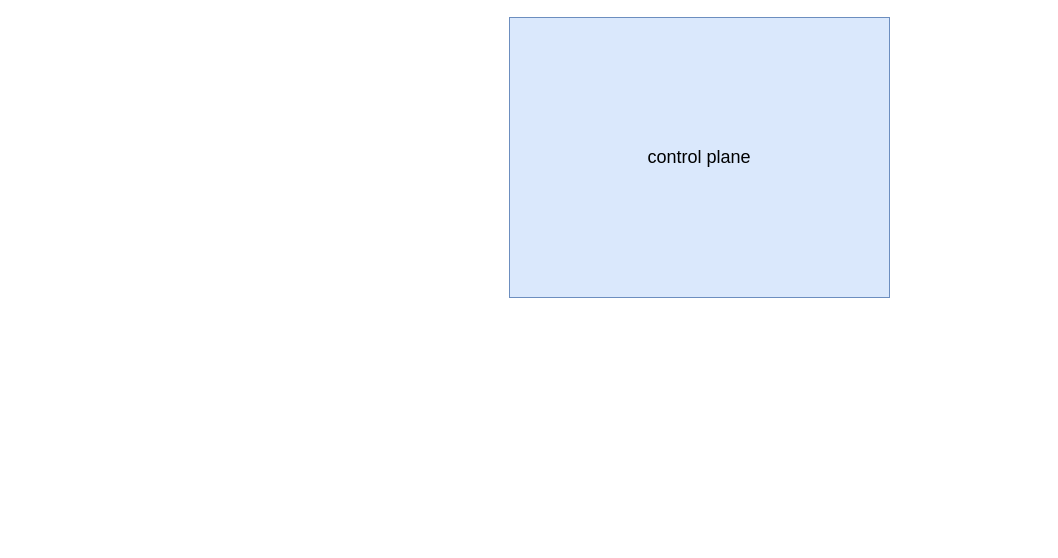
Earlier version of the draw.io diagram k8s cluster setup.drawio (firelinks-alex/firelinks-alex.github.io). Source tidied: cells renumbered, new cells numbered last; positions are measured from the earlier drawing's top-left corner, leaving out a move shared by most shapes. Both pictures are drawn from the tidied source at 100%, with x=0, y=0 at pixel (509, 17).
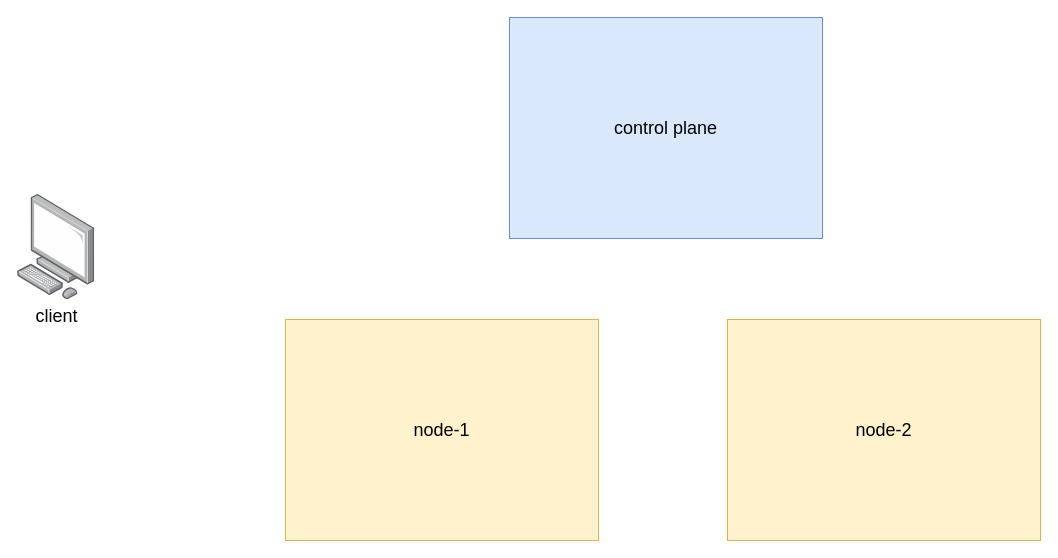
The same diagram, later.

What changed in the source:
```diff
@@
 <mxGraphModel>
   <root>
     <mxCell id="0" />
     <mxCell id="1" parent="0" />
     <mxCell id="2" value="&lt;font style=&quot;font-size: 18px;&quot;&gt;control plane&lt;/font&gt;" style="rounded=0;whiteSpace=wrap;html=1;fillColor=#dae8fc;strokeColor=#6c8ebf;" parent="1" vertex="1">
-      <mxGeometry width="380" height="280" as="geometry" />
+      <mxGeometry width="313" height="221" as="geometry" />
     </mxCell>
+    <mxCell id="3" value="&lt;span style=&quot;font-size: 18px;&quot;&gt;node-1&lt;/span&gt;" style="rounded=0;whiteSpace=wrap;html=1;fillColor=#fff2cc;strokeColor=#d6b656;" parent="1" vertex="1">
+      <mxGeometry x="-224" y="302" width="313" height="221" as="geometry" />
+    </mxCell>
+    <mxCell id="4" value="&lt;span style=&quot;font-size: 18px;&quot;&gt;node-2&lt;/span&gt;" style="rounded=0;whiteSpace=wrap;html=1;fillColor=#fff2cc;strokeColor=#d6b656;" parent="1" vertex="1">
+      <mxGeometry x="218" y="302" width="313" height="221" as="geometry" />
+    </mxCell>
+    <mxCell id="5" value="&lt;font style=&quot;font-size: 18px;&quot;&gt;client&lt;/font&gt;" style="image;html=1;align=center;shadow=0;dashed=0;image=img/lib/allied_telesis/computer_and_terminals/Personal_Computer.svg;" parent="1" vertex="1">
+      <mxGeometry x="-492" y="177" width="77.5" height="105" as="geometry" />
+    </mxCell>
   </root>
 </mxGraphModel>
```
